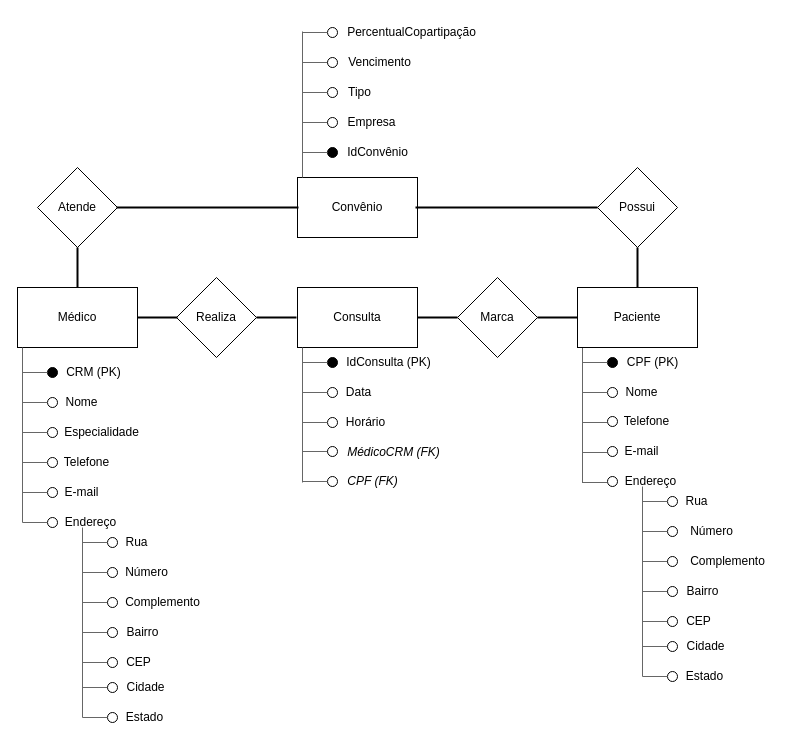
emanuelrzolet/Modelagem-de-Dados keeps this draw.io diagram as Mer - Trabalho.drawio. Above is the earlier version. Source tidied: cells renumbered, new cells numbered last; positions are measured from the earlier drawing's top-left corner, leaving out a move shared by most shapes. Both pictures are drawn from the tidied source at 100%, with x=0, y=0 at pixel (17, 17).
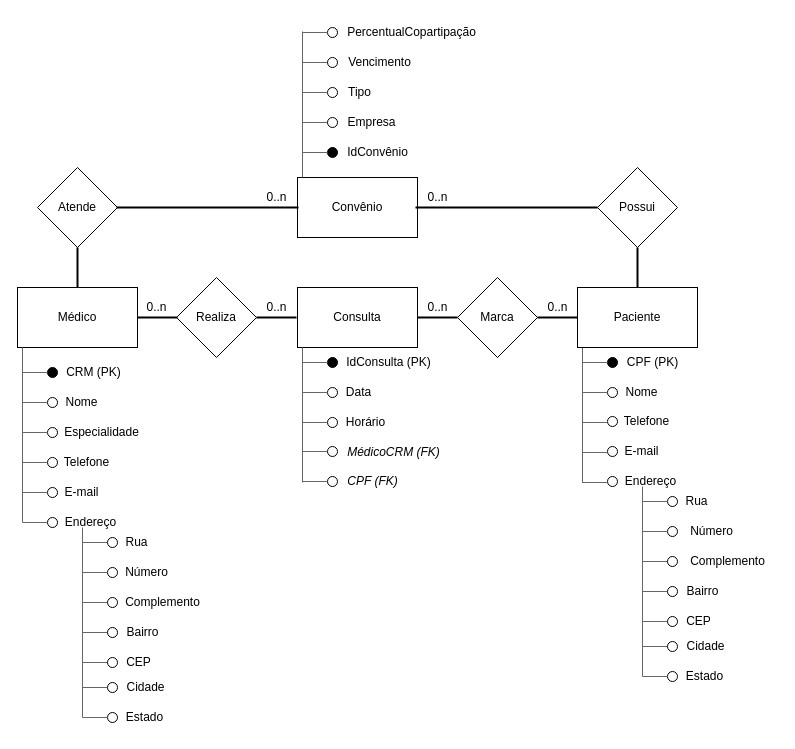
The same page after the edit.

Diff of the diagram source:
```diff
@@
+    <mxCell id="129" value="0..n" style="text;html=1;align=center;verticalAlign=middle;strokeColor=none;fillColor=none;" parent="1" vertex="1">
+      <mxGeometry x="239" y="275" width="40" height="30" as="geometry" />
+    </mxCell>
+    <mxCell id="130" value="0..n" style="text;html=1;align=center;verticalAlign=middle;strokeColor=none;fillColor=none;" parent="1" vertex="1">
+      <mxGeometry x="119" y="275" width="40" height="30" as="geometry" />
+    </mxCell>
+    <mxCell id="131" value="0..n" style="text;html=1;align=center;verticalAlign=middle;strokeColor=none;fillColor=none;" parent="1" vertex="1">
+      <mxGeometry x="239" y="165" width="40" height="30" as="geometry" />
+    </mxCell>
+    <mxCell id="132" value="0..n" style="text;html=1;align=center;verticalAlign=middle;strokeColor=none;fillColor=none;" parent="1" vertex="1">
+      <mxGeometry x="400" y="275" width="40" height="30" as="geometry" />
+    </mxCell>
+    <mxCell id="133" value="0..n" style="text;html=1;align=center;verticalAlign=middle;strokeColor=none;fillColor=none;" parent="1" vertex="1">
+      <mxGeometry x="520" y="275" width="40" height="30" as="geometry" />
+    </mxCell>
+    <mxCell id="134" value="0..n" style="text;html=1;align=center;verticalAlign=middle;strokeColor=none;fillColor=none;" parent="1" vertex="1">
+      <mxGeometry x="400" y="165" width="40" height="30" as="geometry" />
+    </mxCell>
```
